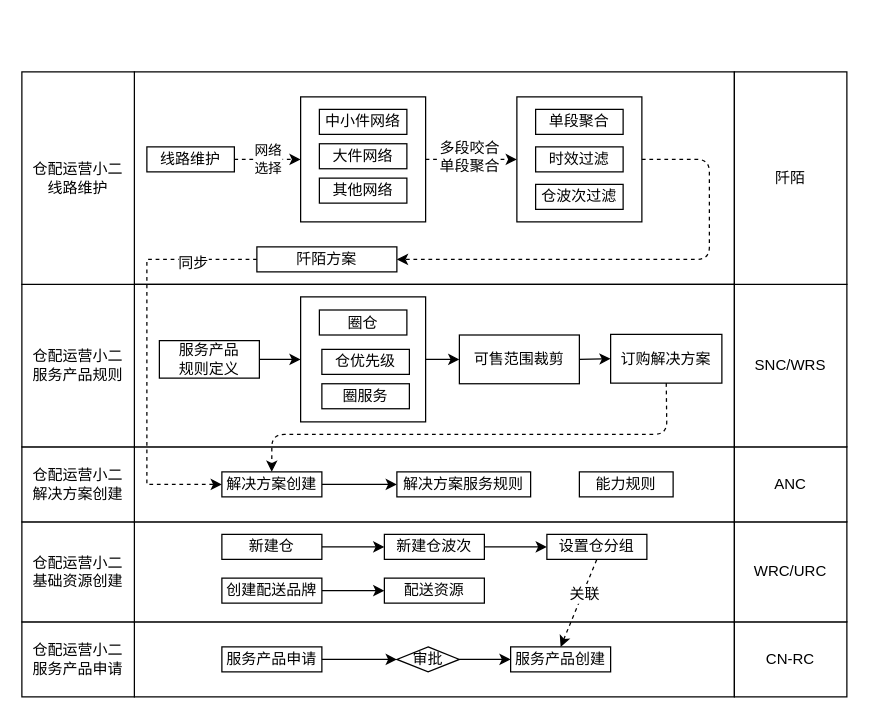
The draw.io diagram 4pl服务产品SOP.drawio in shaonianwu/cainiao, before the edit. Source tidied: cells renumbered, new cells numbered last; positions are measured from the earlier drawing's top-left corner, leaving out a move shared by most shapes. Both pictures are drawn from the tidied source at 125%, with x=0, y=0 at pixel (21, 71).
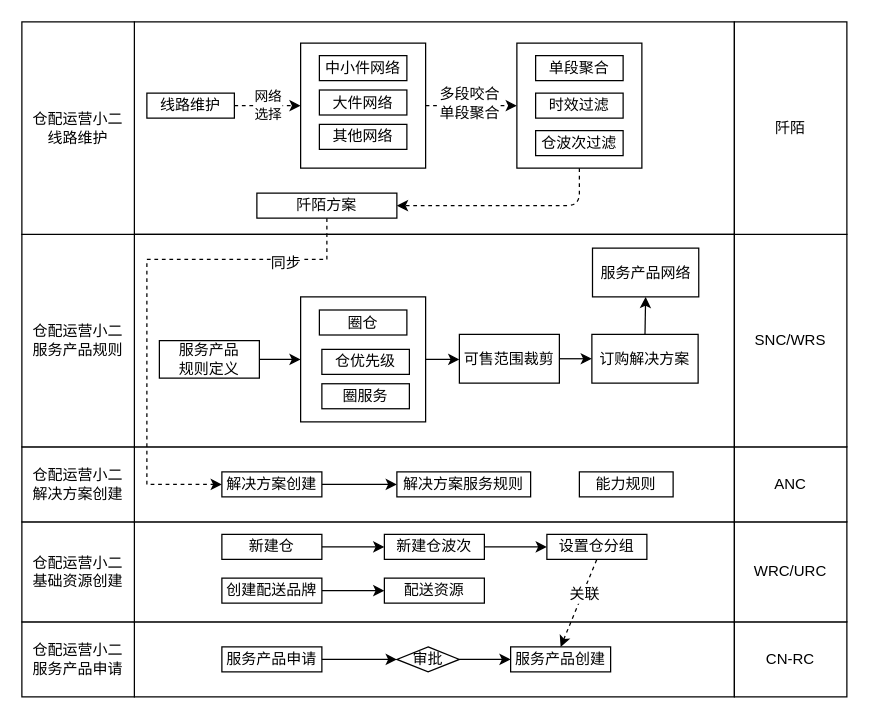
The same diagram, later.

The change refers to these unchanged cells:
```xml
<mxCell id="23" style="rounded=0;whiteSpace=wrap;html=1;" parent="1" vertex="1">
  <mxGeometry x="90" y="300" width="480" height="60" as="geometry" />
</mxCell>
```

Change to the diagram source:
```diff
@@
     <mxCell id="2" style="rounded=0;whiteSpace=wrap;html=1;" parent="1" vertex="1">
-      <mxGeometry x="90" width="480" height="170" as="geometry" />
+      <mxGeometry x="90" y="-40" width="480" height="170" as="geometry" />
     </mxCell>
     <mxCell id="3" style="rounded=0;whiteSpace=wrap;html=1;" parent="1" vertex="1">
-      <mxGeometry x="223" y="20" width="100" height="100" as="geometry" />
+      <mxGeometry x="223" y="-23" width="100" height="100" as="geometry" />
     </mxCell>
@@
     <mxCell id="29" style="rounded=0;whiteSpace=wrap;html=1;" parent="1" vertex="1">
-      <mxGeometry x="90" y="170" width="480" height="130" as="geometry" />
+      <mxGeometry x="90" y="130" width="480" height="170" as="geometry" />
     </mxCell>
     <mxCell id="30" value="仓配运营小二&lt;br&gt;服务产品规则" style="rounded=0;whiteSpace=wrap;html=1;" parent="1" vertex="1">
-      <mxGeometry y="170" width="90" height="130" as="geometry" />
+      <mxGeometry y="130" width="90" height="170" as="geometry" />
     </mxCell>
@@
     <mxCell id="32" value="SNC/WRS" style="rounded=0;whiteSpace=wrap;html=1;" parent="1" vertex="1">
-      <mxGeometry x="570" y="170" width="90" height="130" as="geometry" />
+      <mxGeometry x="570" y="130" width="90" height="170" as="geometry" />
     </mxCell>
@@
     <mxCell id="40" value="可售范围裁剪" style="rounded=0;whiteSpace=wrap;html=1;" parent="1" vertex="1">
-      <mxGeometry x="350" y="210.5" width="96" height="39" as="geometry" />
+      <mxGeometry x="350" y="210" width="80" height="39" as="geometry" />
     </mxCell>
@@
     <mxCell id="42" value="订购解决方案" style="rounded=0;whiteSpace=wrap;html=1;" parent="1" vertex="1">
-      <mxGeometry x="471" y="210" width="89" height="39" as="geometry" />
+      <mxGeometry x="456" y="210" width="85" height="39" as="geometry" />
     </mxCell>
@@
-    <mxCell id="44" style="endArrow=classic;html=1;exitX=0.5;exitY=1;exitDx=0;exitDy=0;entryX=0.229;entryY=0.333;entryDx=0;entryDy=0;entryPerimeter=0;dashed=1;" parent="1" edge="1" source="42" target="23">
-      <mxGeometry relative="1" as="geometry">
-        <Array as="points">
-          <mxPoint x="516" y="290" />
-          <mxPoint x="200" y="290" />
-        </Array>
-      </mxGeometry>
-    </mxCell>
@@
     <mxCell id="46" value="仓配运营小二&lt;br&gt;线路维护" style="rounded=0;whiteSpace=wrap;html=1;" parent="1" vertex="1">
-      <mxGeometry width="90" height="170" as="geometry" />
+      <mxGeometry y="-40" width="90" height="170" as="geometry" />
     </mxCell>
     <mxCell id="47" value="线路维护" style="rounded=0;whiteSpace=wrap;html=1;" parent="1" vertex="1">
-      <mxGeometry x="100" y="60" width="70" height="20" as="geometry" />
+      <mxGeometry x="100" y="17" width="70" height="20" as="geometry" />
     </mxCell>
     <mxCell id="48" value="中小件网络" style="rounded=0;whiteSpace=wrap;html=1;" parent="1" vertex="1">
-      <mxGeometry x="238" y="30" width="70" height="20" as="geometry" />
+      <mxGeometry x="238" y="-13" width="70" height="20" as="geometry" />
     </mxCell>
     <mxCell id="49" value="其他网络" style="rounded=0;whiteSpace=wrap;html=1;" parent="1" vertex="1">
-      <mxGeometry x="238" y="85" width="70" height="20" as="geometry" />
+      <mxGeometry x="238" y="42" width="70" height="20" as="geometry" />
     </mxCell>
@@
     <mxCell id="51" value="大件网络" style="rounded=0;whiteSpace=wrap;html=1;" parent="1" vertex="1">
-      <mxGeometry x="238" y="57.5" width="70" height="20" as="geometry" />
+      <mxGeometry x="238" y="14.5" width="70" height="20" as="geometry" />
     </mxCell>
     <mxCell id="52" style="rounded=0;whiteSpace=wrap;html=1;" parent="1" vertex="1">
-      <mxGeometry x="396" y="20" width="100" height="100" as="geometry" />
+      <mxGeometry x="396" y="-23" width="100" height="100" as="geometry" />
     </mxCell>
@@
     <mxCell id="55" value="单段聚合" style="rounded=0;whiteSpace=wrap;html=1;" parent="1" vertex="1">
-      <mxGeometry x="411" y="30" width="70" height="20" as="geometry" />
+      <mxGeometry x="411" y="-13" width="70" height="20" as="geometry" />
     </mxCell>
     <mxCell id="56" value="时效过滤" style="rounded=0;whiteSpace=wrap;html=1;" parent="1" vertex="1">
-      <mxGeometry x="411" y="60" width="70" height="20" as="geometry" />
+      <mxGeometry x="411" y="17" width="70" height="20" as="geometry" />
     </mxCell>
     <mxCell id="57" value="仓波次过滤" style="rounded=0;whiteSpace=wrap;html=1;" parent="1" vertex="1">
-      <mxGeometry x="411" y="90" width="70" height="20" as="geometry" />
+      <mxGeometry x="411" y="47" width="70" height="20" as="geometry" />
     </mxCell>
@@
     <mxCell id="60" value="阡陌方案" style="rounded=0;whiteSpace=wrap;html=1;" parent="1" vertex="1">
-      <mxGeometry x="188" y="140" width="112" height="20" as="geometry" />
+      <mxGeometry x="188" y="97" width="112" height="20" as="geometry" />
     </mxCell>
-    <mxCell id="61" style="endArrow=classic;html=1;dashed=1;exitX=1;exitY=0.5;exitDx=0;exitDy=0;entryX=1;entryY=0.5;entryDx=0;entryDy=0;" parent="1" edge="1" source="52" target="60">
+    <mxCell id="61" style="endArrow=classic;html=1;dashed=1;exitX=0.5;exitY=1;exitDx=0;exitDy=0;entryX=1;entryY=0.5;entryDx=0;entryDy=0;" parent="1" edge="1" source="52" target="60">
       <mxGeometry relative="1" as="geometry">
         <Array as="points">
-          <mxPoint x="550" y="70" />
-          <mxPoint x="550" y="150" />
+          <mxPoint x="446" y="107" />
         </Array>
       </mxGeometry>
     </mxCell>
     <mxCell id="62" value="阡陌" style="rounded=0;whiteSpace=wrap;html=1;" parent="1" vertex="1">
-      <mxGeometry x="570" width="90" height="170" as="geometry" />
+      <mxGeometry x="570" y="-40" width="90" height="170" as="geometry" />
     </mxCell>
+    <mxCell id="63" value="服务产品网络" style="rounded=0;whiteSpace=wrap;html=1;" parent="1" vertex="1">
+      <mxGeometry x="456.5" y="141" width="85" height="39" as="geometry" />
+    </mxCell>
+    <mxCell id="64" style="endArrow=classic;html=1;entryX=0.5;entryY=1;entryDx=0;entryDy=0;exitX=0.5;exitY=0;exitDx=0;exitDy=0;" parent="1" edge="1" source="42" target="63">
+      <mxGeometry relative="1" as="geometry" />
+    </mxCell>
```
